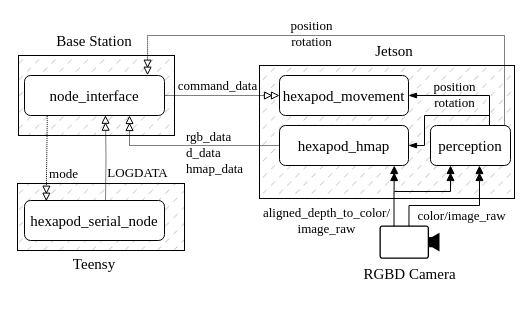
This is page "Nodes" (10 of 11) of figs/Diagrams.drawio from EpEpDragon/MThesis, a draw.io file, before an edit. Source tidied: cells renumbered, new cells numbered last; positions are measured from the earlier drawing's top-left corner, leaving out a move shared by most shapes. Both pictures are drawn from the tidied source at 100%, with x=0, y=0 at pixel (17, 25).
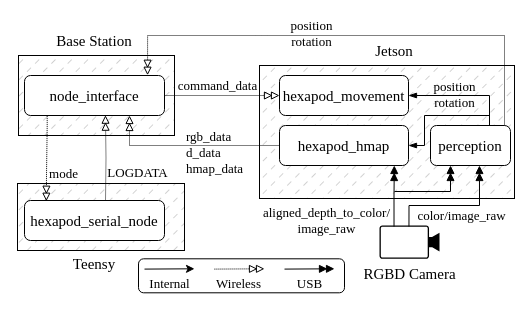
The same diagram, later.

The edit, as a diff of the source:
```diff
@@
+    <mxCell id="32" style="group;" parent="1" vertex="1">
+      <mxGeometry x="121" y="233.3" width="206" height="34" as="geometry" />
+    </mxCell>
+    <mxCell id="33" style="endArrow=classic;html=1;rounded=0;fontFamily=Times New Roman;fontSize=15;fontColor=default;" parent="32" edge="1">
+      <mxGeometry relative="1" as="geometry">
+        <mxPoint x="6" y="10.3" as="sourcePoint" />
+        <mxPoint x="56" y="10" as="targetPoint" />
+      </mxGeometry>
+    </mxCell>
+    <mxCell id="34" value="Internal" style="edgeLabel;html=1;align=center;verticalAlign=middle;rounded=0;strokeColor=default;fontFamily=Times New Roman;fontSize=13;fontColor=default;fillColor=none;gradientColor=none;" parent="33" vertex="1">
+      <mxGeometry x="-0.17" y="-2" relative="1" as="geometry">
+        <mxPoint x="3" y="12" as="offset" />
+      </mxGeometry>
+    </mxCell>
+    <mxCell id="35" style="endArrow=doubleBlock;html=1;rounded=0;fontFamily=Times New Roman;fontSize=15;fontColor=default;dashed=1;dashPattern=1 1;strokeColor=default;align=center;verticalAlign=middle;labelBackgroundColor=default;endFill=0;" parent="32" edge="1">
+      <mxGeometry relative="1" as="geometry">
+        <mxPoint x="75.9" y="10.3" as="sourcePoint" />
+        <mxPoint x="126" y="10" as="targetPoint" />
+      </mxGeometry>
+    </mxCell>
+    <mxCell id="36" value="Wireless" style="edgeLabel;html=1;align=center;verticalAlign=middle;rounded=0;strokeColor=default;fontFamily=Times New Roman;fontSize=13;fontColor=default;fillColor=none;gradientColor=none;dashed=1;dashPattern=1 1;labelBackgroundColor=default;" parent="35" vertex="1">
+      <mxGeometry x="-0.17" y="-2" relative="1" as="geometry">
+        <mxPoint x="3" y="12" as="offset" />
+      </mxGeometry>
+    </mxCell>
+    <mxCell id="37" style="endArrow=doubleBlock;html=1;rounded=0;fontFamily=Times New Roman;fontSize=15;fontColor=default;strokeColor=default;align=center;verticalAlign=middle;labelBackgroundColor=default;endFill=1;" parent="32" edge="1">
+      <mxGeometry relative="1" as="geometry">
+        <mxPoint x="146" y="10.3" as="sourcePoint" />
+        <mxPoint x="196" y="10" as="targetPoint" />
+      </mxGeometry>
+    </mxCell>
+    <mxCell id="38" value="USB" style="edgeLabel;html=1;align=center;verticalAlign=middle;rounded=0;strokeColor=default;fontFamily=Times New Roman;fontSize=13;fontColor=default;fillColor=none;gradientColor=none;dashed=1;dashPattern=1 1;labelBackgroundColor=default;" parent="37" vertex="1">
+      <mxGeometry x="-0.17" y="-2" relative="1" as="geometry">
+        <mxPoint x="3" y="12" as="offset" />
+      </mxGeometry>
+    </mxCell>
+    <mxCell id="39" style="rounded=1;whiteSpace=wrap;html=1;strokeColor=default;align=center;verticalAlign=middle;fontFamily=Times New Roman;fontSize=15;fontColor=default;fillColor=none;gradientColor=none;" parent="32" vertex="1">
+      <mxGeometry width="206" height="34" as="geometry" />
+    </mxCell>
```
